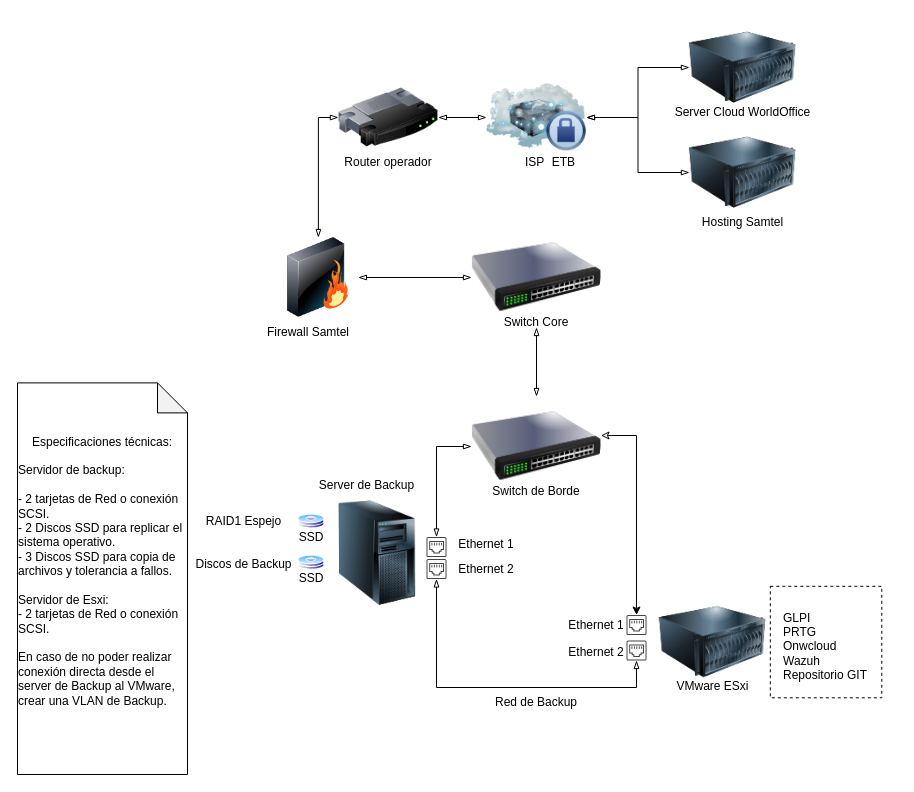
Earlier version of the draw.io diagram Diagrama sin título.drawio (CodeTechNews/Prototipo). Source tidied: cells renumbered, new cells numbered last; positions are measured from the earlier drawing's top-left corner, leaving out a move shared by most shapes. Both pictures are drawn from the tidied source at 100%, with x=0, y=0 at pixel (17, 17).
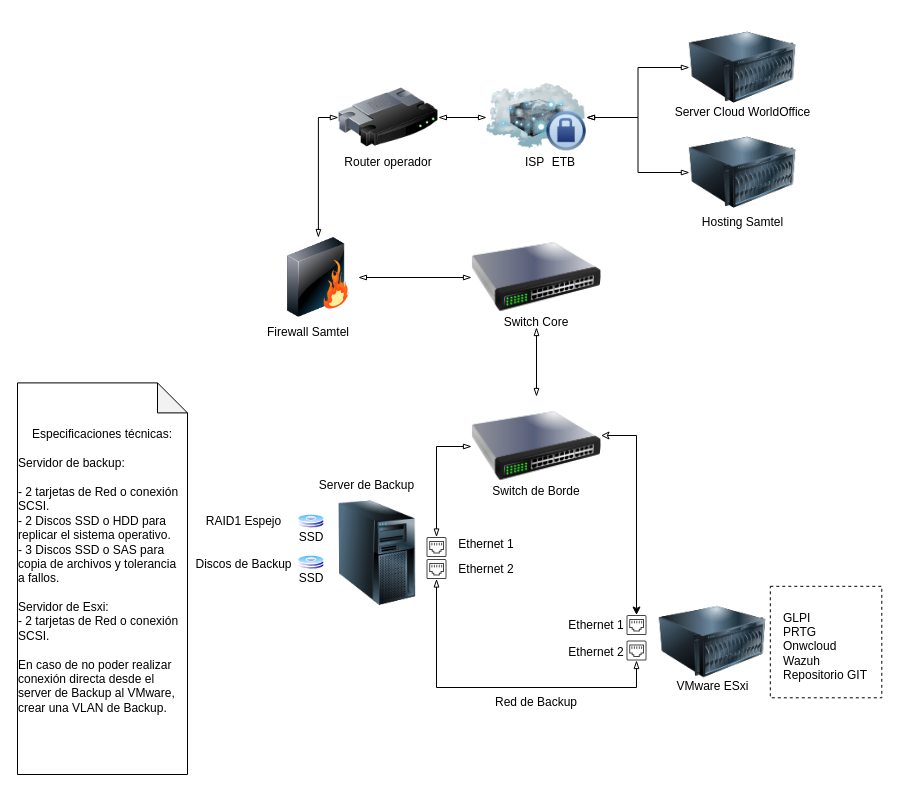
Above is the later version.

What changed in the source:
```diff
@@
-    <mxCell id="46" value="Especificaciones técnicas:&lt;div&gt;&lt;br&gt;&lt;/div&gt;&lt;div style=&quot;text-align: left;&quot;&gt;Servidor de backup:&lt;/div&gt;&lt;div style=&quot;text-align: left;&quot;&gt;&lt;br&gt;&lt;/div&gt;&lt;div style=&quot;text-align: left;&quot;&gt;- 2 tarjetas de Red o&amp;nbsp;conexión SCSI.&lt;/div&gt;&lt;div style=&quot;text-align: left;&quot;&gt;- 2 Discos SSD para replicar el sistema operativo.&lt;/div&gt;&lt;div style=&quot;text-align: left;&quot;&gt;- 3 Discos SSD para copia de archivos y tolerancia a fallos.&lt;/div&gt;&lt;div style=&quot;text-align: left;&quot;&gt;&lt;br&gt;&lt;/div&gt;&lt;div style=&quot;text-align: left;&quot;&gt;Servidor de Esxi:&lt;/div&gt;&lt;div style=&quot;text-align: left;&quot;&gt;- 2 tarjetas de Red o conexión SCSI.&lt;/div&gt;&lt;div style=&quot;text-align: left;&quot;&gt;&lt;span style=&quot;background-color: transparent; color: light-dark(rgb(0, 0, 0), rgb(255, 255, 255));&quot;&gt;&lt;br&gt;&lt;/span&gt;&lt;/div&gt;&lt;div style=&quot;text-align: left;&quot;&gt;&lt;span style=&quot;background-color: transparent; color: light-dark(rgb(0, 0, 0), rgb(255, 255, 255));&quot;&gt;En caso de no poder realizar conexión directa desde el server de Backup al VMware, crear una VLAN de Backup.&amp;nbsp;&amp;nbsp;&lt;/span&gt;&lt;/div&gt;&lt;div&gt;&lt;br&gt;&lt;/div&gt;" style="shape=note;whiteSpace=wrap;html=1;backgroundOutline=1;darkOpacity=0.05;" parent="1" vertex="1">
+    <mxCell id="46" value="Especificaciones técnicas:&lt;div&gt;&lt;br&gt;&lt;/div&gt;&lt;div style=&quot;text-align: left;&quot;&gt;Servidor de backup:&lt;/div&gt;&lt;div style=&quot;text-align: left;&quot;&gt;&lt;br&gt;&lt;/div&gt;&lt;div style=&quot;text-align: left;&quot;&gt;- 2 tarjetas de Red o&amp;nbsp;conexión SCSI.&lt;/div&gt;&lt;div style=&quot;text-align: left;&quot;&gt;- 2 Discos SSD o HDD para replicar el sistema operativo.&lt;/div&gt;&lt;div style=&quot;text-align: left;&quot;&gt;- 3 Discos SSD o SAS para copia de archivos y tolerancia a fallos.&lt;/div&gt;&lt;div style=&quot;text-align: left;&quot;&gt;&lt;br&gt;&lt;/div&gt;&lt;div style=&quot;text-align: left;&quot;&gt;Servidor de Esxi:&lt;/div&gt;&lt;div style=&quot;text-align: left;&quot;&gt;- 2 tarjetas de Red o conexión SCSI.&lt;/div&gt;&lt;div style=&quot;text-align: left;&quot;&gt;&lt;span style=&quot;background-color: transparent; color: light-dark(rgb(0, 0, 0), rgb(255, 255, 255));&quot;&gt;&lt;br&gt;&lt;/span&gt;&lt;/div&gt;&lt;div style=&quot;text-align: left;&quot;&gt;&lt;span style=&quot;background-color: transparent; color: light-dark(rgb(0, 0, 0), rgb(255, 255, 255));&quot;&gt;En caso de no poder realizar conexión directa desde el server de Backup al VMware, crear una VLAN de Backup.&amp;nbsp;&amp;nbsp;&lt;/span&gt;&lt;/div&gt;&lt;div&gt;&lt;br&gt;&lt;/div&gt;" style="shape=note;whiteSpace=wrap;html=1;backgroundOutline=1;darkOpacity=0.05;" parent="1" vertex="1">
       <mxGeometry y="365.4" width="170" height="391.6" as="geometry" />
     </mxCell>
```
